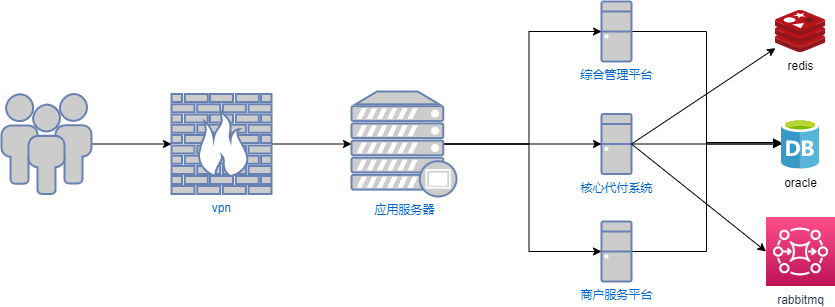
This is Untitled Diagram.drawio.png from songyibo2019/mydiagrams, a draw.io export, as it was before one commit. Source tidied: cells renumbered, new cells last; positions are measured from the earlier drawing's top-left corner, leaving out a move shared by most shapes.
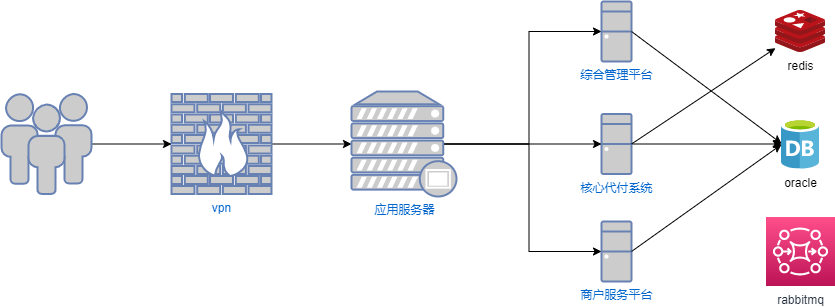
After the change.

What changed in the source:
```diff
@@ -8,9 +8,6 @@
     <mxCell id="3" value="vpn" style="fontColor=#0066CC;verticalAlign=top;verticalLabelPosition=bottom;labelPosition=center;align=center;html=1;outlineConnect=0;fillColor=#CCCCCC;strokeColor=#6881B3;gradientColor=none;gradientDirection=north;strokeWidth=2;shape=mxgraph.networks.firewall;" parent="1" vertex="1">
       <mxGeometry x="170" y="92.5" width="100" height="100" as="geometry" />
     </mxCell>
-    <mxCell id="4" style="edgeStyle=orthogonalEdgeStyle;rounded=0;jettySize=auto;html=1;exitX=1;exitY=0.5;exitDx=0;exitDy=0;exitPerimeter=0;entryX=0;entryY=0.5;entryDx=0;entryDy=0;entryPerimeter=0;" parent="1" edge="1" source="5" target="18">
-      <mxGeometry relative="1" as="geometry" />
-    </mxCell>
     <mxCell id="5" value="综合管理平台" style="fontColor=#0066CC;verticalAlign=top;verticalLabelPosition=bottom;labelPosition=center;align=center;html=1;outlineConnect=0;fillColor=#CCCCCC;strokeColor=#6881B3;gradientColor=none;gradientDirection=north;strokeWidth=2;shape=mxgraph.networks.desktop_pc;" parent="1" vertex="1">
       <mxGeometry x="600" width="30" height="60" as="geometry" />
     </mxCell>
@@ -26,9 +23,6 @@
     <mxCell id="9" value="核心代付系统" style="fontColor=#0066CC;verticalAlign=top;verticalLabelPosition=bottom;labelPosition=center;align=center;html=1;outlineConnect=0;fillColor=#CCCCCC;strokeColor=#6881B3;gradientColor=none;gradientDirection=north;strokeWidth=2;shape=mxgraph.networks.desktop_pc;" parent="1" vertex="1">
       <mxGeometry x="600" y="112.5" width="30" height="60" as="geometry" />
     </mxCell>
-    <mxCell id="10" style="edgeStyle=orthogonalEdgeStyle;rounded=0;jettySize=auto;html=1;exitX=1;exitY=0.5;exitDx=0;exitDy=0;exitPerimeter=0;entryX=0;entryY=0.47;entryDx=0;entryDy=0;entryPerimeter=0;" parent="1" edge="1" source="11" target="18">
-      <mxGeometry relative="1" as="geometry" />
-    </mxCell>
     <mxCell id="11" value="商户服务平台" style="fontColor=#0066CC;verticalAlign=top;verticalLabelPosition=bottom;labelPosition=center;align=center;html=1;outlineConnect=0;fillColor=#CCCCCC;strokeColor=#6881B3;gradientColor=none;gradientDirection=north;strokeWidth=2;shape=mxgraph.networks.desktop_pc;" parent="1" vertex="1">
       <mxGeometry x="600" y="220" width="30" height="60" as="geometry" />
     </mxCell>
@@ -56,8 +50,13 @@
     <mxCell id="19" style="endArrow=classic;html=1;rounded=0;exitX=1;exitY=0.5;exitDx=0;exitDy=0;exitPerimeter=0;" parent="1" edge="1" source="9" target="16">
       <mxGeometry relative="1" as="geometry" />
     </mxCell>
-    <mxCell id="20" style="endArrow=classic;html=1;rounded=0;exitX=1;exitY=0.5;exitDx=0;exitDy=0;exitPerimeter=0;entryX=0;entryY=0.5;entryDx=0;entryDy=0;entryPerimeter=0;" parent="1" edge="1" source="9" target="17">
-      <mxGeometry relative="1" as="geometry" />
-    </mxCell>
+    <mxCell id="4" style="endArrow=classic;html=1;rounded=0;exitX=1;exitY=0.5;exitDx=0;exitDy=0;exitPerimeter=0;entryX=0;entryY=0.49;entryDx=0;entryDy=0;entryPerimeter=0;" parent="1" edge="1" source="5" target="18">
+      <mxGeometry relative="1" as="geometry" />
+    </mxCell>
+    <mxCell id="21" style="endArrow=classic;html=1;rounded=0;exitX=1;exitY=0.5;exitDx=0;exitDy=0;exitPerimeter=0;" parent="1" edge="1" source="11">
+      <mxGeometry relative="1" as="geometry">
+        <mxPoint x="780" y="143" as="targetPoint" />
+      </mxGeometry>
+    </mxCell>
   </root>
 </mxGraphModel>
```
